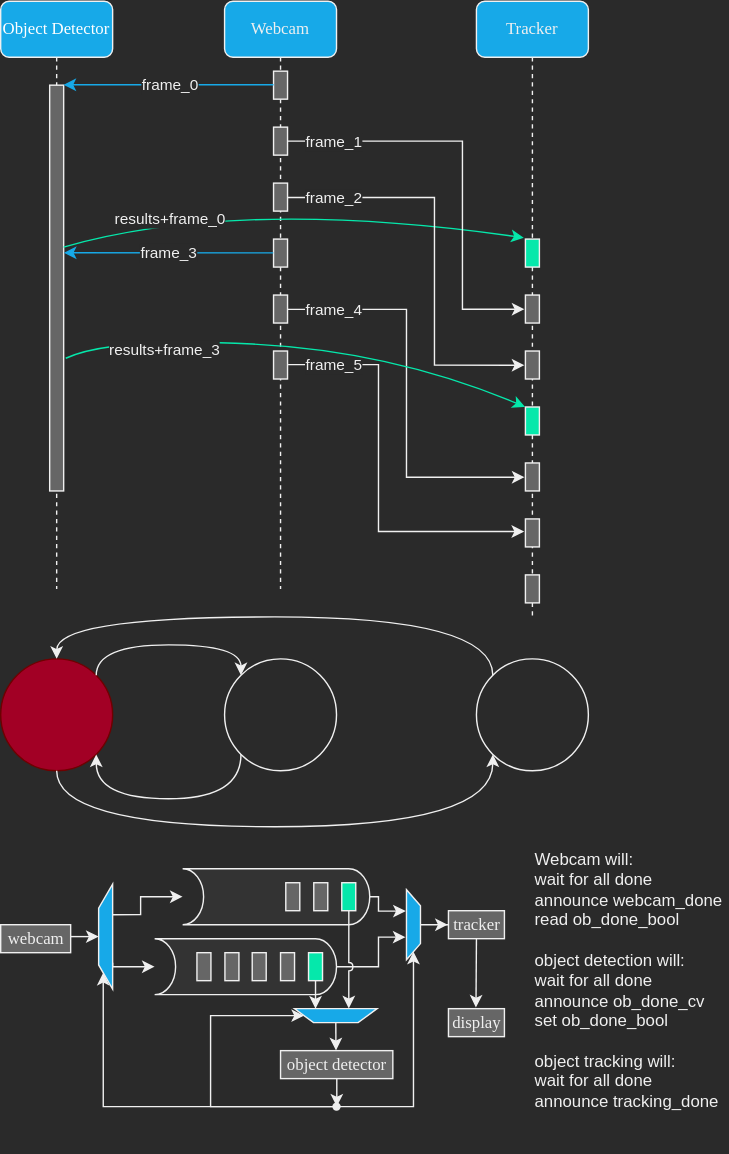
The draw.io diagram hps/doc/thread_architecture.drawio.svg in hakan-demirli/FQ-Control-Center, before a commit. Source tidied: cells renumbered, new cells last; positions are measured from the earlier drawing's top-left corner, leaving out a move shared by most shapes.
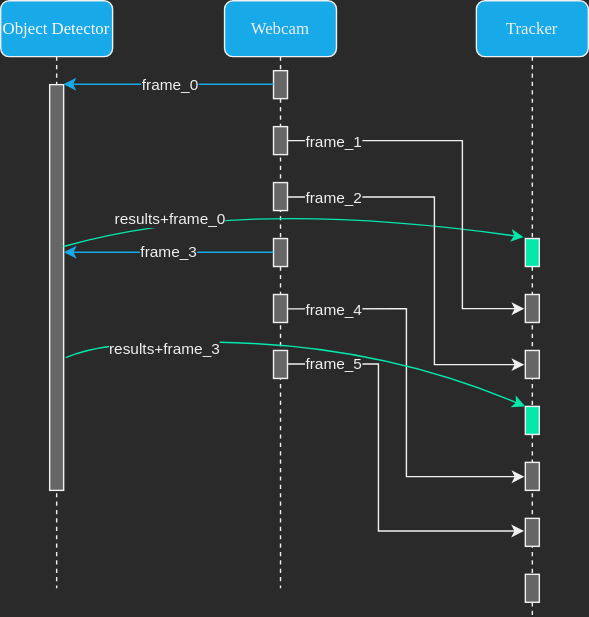
Later version of the same file.

Commit message:
update hps software doc

What changed in the source:
```diff
@@ -2,9 +2,6 @@
   <root>
     <mxCell id="0" />
     <mxCell id="1" parent="0" />
-    <mxCell id="2" style="shape=cylinder3;whiteSpace=wrap;html=1;boundedLbl=1;backgroundOutline=1;size=15;lid=0;rounded=0;fontSize=9;strokeColor=default;fillColor=#333333;direction=north;sketch=0;shadow=0;" parent="1" vertex="1">
-      <mxGeometry x="110" y="670" width="130" height="40" as="geometry" />
-    </mxCell>
     <mxCell id="3" value="Webcam" style="shape=umlLifeline;perimeter=lifelinePerimeter;whiteSpace=wrap;html=1;rounded=1;shadow=0;comic=0;labelBackgroundColor=none;strokeWidth=1;fontFamily=Verdana;fontSize=12;align=center;fillColor=#17A9E8;" parent="1" vertex="1">
       <mxGeometry x="160" width="80" height="420" as="geometry" />
     </mxCell>
@@ -153,190 +150,5 @@
         <mxPoint x="-140" y="-11" as="offset" />
       </mxGeometry>
     </mxCell>
-    <mxCell id="36" style="edgeStyle=orthogonalEdgeStyle;rounded=0;jettySize=auto;html=1;fontSize=9;endArrow=classic;endFill=1;entryX=0.5;entryY=0;entryDx=0;entryDy=0;" parent="1" edge="1" source="37" target="62">
-      <mxGeometry relative="1" as="geometry">
-        <Array as="points">
-          <mxPoint x="20" y="669" />
-        </Array>
-      </mxGeometry>
-    </mxCell>
-    <mxCell id="37" value="webcam" style="html=1;points=[];perimeter=orthogonalPerimeter;rounded=0;shadow=0;comic=0;labelBackgroundColor=none;strokeWidth=1;fontFamily=Verdana;fontSize=12;align=center;fillColor=#666666;" parent="1" vertex="1">
-      <mxGeometry y="660" width="50" height="20" as="geometry" />
-    </mxCell>
-    <mxCell id="38" style="html=1;perimeter=orthogonalPerimeter;rounded=0;shadow=0;comic=0;labelBackgroundColor=none;strokeWidth=1;fontFamily=Verdana;fontSize=12;align=center;fillColor=#666666;" parent="1" vertex="1">
-      <mxGeometry x="140.2" y="680" width="10" height="20" as="geometry" />
-    </mxCell>
-    <mxCell id="39" style="html=1;perimeter=orthogonalPerimeter;rounded=0;shadow=0;comic=0;labelBackgroundColor=none;strokeWidth=1;fontFamily=Verdana;fontSize=12;align=center;fillColor=#666666;" parent="1" vertex="1">
-      <mxGeometry x="160.2" y="680" width="10" height="20" as="geometry" />
-    </mxCell>
-    <mxCell id="40" style="html=1;perimeter=orthogonalPerimeter;rounded=0;shadow=0;comic=0;labelBackgroundColor=none;strokeWidth=1;fontFamily=Verdana;fontSize=12;align=center;fillColor=#666666;" parent="1" vertex="1">
-      <mxGeometry x="179.8" y="680" width="10" height="20" as="geometry" />
-    </mxCell>
-    <mxCell id="41" style="html=1;perimeter=orthogonalPerimeter;rounded=0;shadow=0;comic=0;labelBackgroundColor=none;strokeWidth=1;fontFamily=Verdana;fontSize=12;align=center;fillColor=#666666;" parent="1" vertex="1">
-      <mxGeometry x="200" y="680" width="10" height="20" as="geometry" />
-    </mxCell>
-    <mxCell id="42" style="edgeStyle=orthogonalEdgeStyle;rounded=0;jettySize=auto;html=1;fontSize=9;endArrow=classic;endFill=1;entryX=0.25;entryY=0;entryDx=0;entryDy=0;" parent="1" edge="1" source="43" target="64">
-      <mxGeometry relative="1" as="geometry" />
-    </mxCell>
-    <mxCell id="43" style="html=1;points=[];perimeter=orthogonalPerimeter;rounded=0;shadow=0;comic=0;labelBackgroundColor=none;strokeWidth=1;fontFamily=Verdana;fontSize=12;align=center;fillColor=#05E8AB;" parent="1" vertex="1">
-      <mxGeometry x="220" y="680" width="10" height="20" as="geometry" />
-    </mxCell>
-    <mxCell id="44" style="edgeStyle=orthogonalEdgeStyle;rounded=0;jettySize=auto;html=1;fontSize=9;endArrow=classic;endFill=1;entryX=0;entryY=0.25;entryDx=0;entryDy=0;" parent="1" edge="1" source="65" target="62">
-      <mxGeometry relative="1" as="geometry">
-        <Array as="points">
-          <mxPoint x="73" y="790" />
-          <mxPoint x="73" y="694" />
-        </Array>
-      </mxGeometry>
-    </mxCell>
-    <mxCell id="45" style="edgeStyle=orthogonalEdgeStyle;rounded=0;jettySize=auto;html=1;fontSize=9;endArrow=classic;endFill=1;entryX=0;entryY=0.5;entryDx=0;entryDy=0;" parent="1" edge="1" source="65" target="64">
-      <mxGeometry relative="1" as="geometry">
-        <Array as="points">
-          <mxPoint x="150" y="790" />
-          <mxPoint x="150" y="725" />
-        </Array>
-      </mxGeometry>
-    </mxCell>
-    <mxCell id="46" style="edgeStyle=orthogonalEdgeStyle;rounded=0;jettySize=auto;html=1;fontSize=9;endArrow=classic;endFill=1;entryX=1;entryY=0.5;entryDx=0;entryDy=0;exitX=0.553;exitY=0.551;exitDx=0;exitDy=0;exitPerimeter=0;" parent="1" edge="1" source="65" target="59">
-      <mxGeometry relative="1" as="geometry">
-        <Array as="points">
-          <mxPoint x="295" y="790" />
-        </Array>
-      </mxGeometry>
-    </mxCell>
-    <mxCell id="47" style="edgeStyle=orthogonalEdgeStyle;rounded=0;jumpStyle=arc;jettySize=auto;html=1;fontSize=9;endArrow=classic;endFill=1;" parent="1" edge="1" source="48" target="65">
-      <mxGeometry relative="1" as="geometry" />
-    </mxCell>
-    <mxCell id="48" value="object detector" style="html=1;points=[];perimeter=orthogonalPerimeter;rounded=0;shadow=0;comic=0;labelBackgroundColor=none;strokeWidth=1;fontFamily=Verdana;fontSize=12;align=center;fillColor=#666666;" parent="1" vertex="1">
-      <mxGeometry x="200" y="750" width="80.2" height="20" as="geometry" />
-    </mxCell>
-    <mxCell id="49" style="edgeStyle=orthogonalEdgeStyle;rounded=0;jettySize=auto;html=1;entryX=0.322;entryY=1.069;entryDx=0;entryDy=0;entryPerimeter=0;fontSize=9;endArrow=classic;endFill=1;" parent="1" edge="1" source="2" target="59">
-      <mxGeometry relative="1" as="geometry">
-        <Array as="points">
-          <mxPoint x="270" y="690" />
-          <mxPoint x="270" y="669" />
-        </Array>
-      </mxGeometry>
-    </mxCell>
-    <mxCell id="50" style="edgeStyle=orthogonalEdgeStyle;rounded=0;jettySize=auto;html=1;entryX=0.5;entryY=0;entryDx=0;entryDy=0;entryPerimeter=0;fontSize=9;endArrow=classic;endFill=1;exitX=0.25;exitY=1;exitDx=0;exitDy=0;" parent="1" edge="1" source="62" target="2">
-      <mxGeometry relative="1" as="geometry">
-        <Array as="points">
-          <mxPoint x="80" y="690" />
-        </Array>
-      </mxGeometry>
-    </mxCell>
-    <mxCell id="51" style="edgeStyle=orthogonalEdgeStyle;rounded=0;jettySize=auto;html=1;fontSize=9;endArrow=classic;endFill=1;entryX=0.5;entryY=0;entryDx=0;entryDy=0;entryPerimeter=0;exitX=0.291;exitY=1.015;exitDx=0;exitDy=0;exitPerimeter=0;" parent="1" edge="1" source="62" target="53">
-      <mxGeometry relative="1" as="geometry">
-        <Array as="points">
-          <mxPoint x="100" y="653" />
-          <mxPoint x="100" y="640" />
-        </Array>
-      </mxGeometry>
-    </mxCell>
-    <mxCell id="52" style="edgeStyle=orthogonalEdgeStyle;rounded=0;jettySize=auto;html=1;fontSize=9;endArrow=classic;endFill=1;entryX=0.695;entryY=1.05;entryDx=0;entryDy=0;entryPerimeter=0;exitX=0.5;exitY=1;exitDx=0;exitDy=0;exitPerimeter=0;" parent="1" edge="1" source="53" target="59">
-      <mxGeometry relative="1" as="geometry">
-        <Array as="points">
-          <mxPoint x="270" y="640" />
-          <mxPoint x="270" y="650" />
-        </Array>
-      </mxGeometry>
-    </mxCell>
-    <mxCell id="53" style="shape=cylinder3;whiteSpace=wrap;html=1;boundedLbl=1;backgroundOutline=1;size=15;lid=0;rounded=0;fontSize=9;strokeColor=default;fillColor=#333333;direction=north;sketch=0;shadow=0;" parent="1" vertex="1">
-      <mxGeometry x="130" y="620" width="133.8" height="40" as="geometry" />
-    </mxCell>
-    <mxCell id="54" style="edgeStyle=orthogonalEdgeStyle;rounded=0;jettySize=auto;html=1;fontSize=9;endArrow=classic;endFill=1;entryX=0.657;entryY=1.019;entryDx=0;entryDy=0;entryPerimeter=0;jumpStyle=arc;" parent="1" edge="1" source="55" target="64">
-      <mxGeometry relative="1" as="geometry">
-        <Array as="points">
-          <mxPoint x="249" y="700" />
-          <mxPoint x="249" y="700" />
-          <mxPoint x="249" y="720" />
-        </Array>
-      </mxGeometry>
-    </mxCell>
-    <mxCell id="55" style="html=1;points=[];perimeter=orthogonalPerimeter;rounded=0;shadow=0;comic=0;labelBackgroundColor=none;strokeWidth=1;fontFamily=Verdana;fontSize=12;align=center;fillColor=#05E8AB;" parent="1" vertex="1">
-      <mxGeometry x="243.8" y="630" width="10" height="20" as="geometry" />
-    </mxCell>
-    <mxCell id="56" style="html=1;perimeter=orthogonalPerimeter;rounded=0;shadow=0;comic=0;labelBackgroundColor=none;strokeWidth=1;fontFamily=Verdana;fontSize=12;align=center;fillColor=#666666;" parent="1" vertex="1">
-      <mxGeometry x="223.8" y="630" width="10" height="20" as="geometry" />
-    </mxCell>
-    <mxCell id="57" style="html=1;perimeter=orthogonalPerimeter;rounded=0;shadow=0;comic=0;labelBackgroundColor=none;strokeWidth=1;fontFamily=Verdana;fontSize=12;align=center;fillColor=#666666;" parent="1" vertex="1">
-      <mxGeometry x="203.8" y="630" width="10" height="20" as="geometry" />
-    </mxCell>
-    <mxCell id="58" style="edgeStyle=orthogonalEdgeStyle;rounded=0;jettySize=auto;html=1;entryX=-0.013;entryY=0.499;entryDx=0;entryDy=0;entryPerimeter=0;fontSize=9;endArrow=classic;endFill=1;" parent="1" edge="1" source="59" target="61">
-      <mxGeometry relative="1" as="geometry" />
-    </mxCell>
-    <mxCell id="59" style="verticalLabelPosition=middle;verticalAlign=middle;html=1;shape=trapezoid;perimeter=trapezoidPerimeter;whiteSpace=wrap;size=0.23;arcSize=10;flipV=1;labelPosition=center;align=center;rounded=0;shadow=0;sketch=0;fontSize=9;strokeColor=default;fillColor=#17A9E8;direction=south;" parent="1" vertex="1">
-      <mxGeometry x="290" y="635" width="10" height="50" as="geometry" />
-    </mxCell>
-    <mxCell id="60" style="edgeStyle=orthogonalEdgeStyle;rounded=0;jumpStyle=arc;jettySize=auto;html=1;fontSize=9;endArrow=classic;endFill=1;entryX=0.49;entryY=-0.04;entryDx=0;entryDy=0;entryPerimeter=0;" parent="1" edge="1" source="61" target="66">
-      <mxGeometry relative="1" as="geometry" />
-    </mxCell>
-    <mxCell id="61" value="tracker" style="html=1;points=[];perimeter=orthogonalPerimeter;rounded=0;shadow=0;comic=0;labelBackgroundColor=none;strokeWidth=1;fontFamily=Verdana;fontSize=12;align=center;fillColor=#666666;" parent="1" vertex="1">
-      <mxGeometry x="320" y="650" width="40" height="20" as="geometry" />
-    </mxCell>
-    <mxCell id="62" style="verticalLabelPosition=middle;verticalAlign=middle;html=1;shape=trapezoid;perimeter=trapezoidPerimeter;whiteSpace=wrap;size=0.23;arcSize=10;flipV=1;labelPosition=center;align=center;rounded=0;shadow=0;sketch=0;fontSize=9;strokeColor=default;fillColor=#17A9E8;direction=north;" parent="1" vertex="1">
-      <mxGeometry x="70" y="631" width="10" height="75" as="geometry" />
-    </mxCell>
-    <mxCell id="63" style="edgeStyle=orthogonalEdgeStyle;rounded=0;jumpStyle=arc;jettySize=auto;html=1;entryX=0.494;entryY=-0.009;entryDx=0;entryDy=0;entryPerimeter=0;fontSize=9;endArrow=classic;endFill=1;exitX=0.5;exitY=1;exitDx=0;exitDy=0;" parent="1" edge="1" source="64" target="48">
-      <mxGeometry relative="1" as="geometry">
-        <Array as="points">
-          <mxPoint x="239" y="739" />
-          <mxPoint x="240" y="739" />
-        </Array>
-      </mxGeometry>
-    </mxCell>
-    <mxCell id="64" style="verticalLabelPosition=middle;verticalAlign=middle;html=1;shape=trapezoid;perimeter=trapezoidPerimeter;whiteSpace=wrap;size=0.23;arcSize=10;flipV=1;labelPosition=center;align=center;rounded=0;shadow=0;sketch=0;fontSize=9;strokeColor=default;fillColor=#17A9E8;direction=east;" parent="1" vertex="1">
-      <mxGeometry x="210" y="720" width="59" height="10" as="geometry" />
-    </mxCell>
-    <mxCell id="65" style="shape=waypoint;sketch=0;fillStyle=solid;size=6;points=[];fillColor=none;perimeter=centerPerimeter;snapToPoint=1;rounded=0;shadow=0;fontSize=9;strokeColor=default;" parent="1" vertex="1">
-      <mxGeometry x="220" y="770" width="40" height="40" as="geometry" />
-    </mxCell>
-    <mxCell id="66" value="display" style="html=1;points=[];perimeter=orthogonalPerimeter;rounded=0;shadow=0;comic=0;labelBackgroundColor=none;strokeWidth=1;fontFamily=Verdana;fontSize=12;align=center;fillColor=#666666;" parent="1" vertex="1">
-      <mxGeometry x="320" y="720" width="40" height="20" as="geometry" />
-    </mxCell>
-    <mxCell id="67" style="ellipse;whiteSpace=wrap;html=1;fillColor=none;" parent="1" vertex="1">
-      <mxGeometry x="340" y="470" width="80" height="80" as="geometry" />
-    </mxCell>
-    <mxCell id="68" style="ellipse;whiteSpace=wrap;html=1;fillColor=#a20025;fontColor=#ffffff;strokeColor=#6F0000;" parent="1" vertex="1">
-      <mxGeometry y="470" width="80" height="80" as="geometry" />
-    </mxCell>
-    <mxCell id="69" style="ellipse;whiteSpace=wrap;html=1;fillColor=none;" parent="1" vertex="1">
-      <mxGeometry x="160" y="470" width="80" height="80" as="geometry" />
-    </mxCell>
-    <mxCell id="70" style="edgeStyle=orthogonalEdgeStyle;jettySize=auto;html=1;entryX=0;entryY=0;entryDx=0;entryDy=0;exitX=1;exitY=0;exitDx=0;exitDy=0;curved=1;" parent="1" edge="1" source="68" target="69">
-      <mxGeometry relative="1" as="geometry">
-        <Array as="points">
-          <mxPoint x="68" y="460" />
-          <mxPoint x="172" y="460" />
-        </Array>
-      </mxGeometry>
-    </mxCell>
-    <mxCell id="71" style="edgeStyle=orthogonalEdgeStyle;jettySize=auto;html=1;entryX=0.5;entryY=0;entryDx=0;entryDy=0;curved=1;exitX=0;exitY=0;exitDx=0;exitDy=0;" parent="1" edge="1" source="67" target="68">
-      <mxGeometry relative="1" as="geometry">
-        <Array as="points">
-          <mxPoint x="352" y="440" />
-          <mxPoint x="40" y="440" />
-        </Array>
-      </mxGeometry>
-    </mxCell>
-    <mxCell id="72" style="edgeStyle=orthogonalEdgeStyle;jettySize=auto;html=1;entryX=1;entryY=1;entryDx=0;entryDy=0;exitX=0;exitY=1;exitDx=0;exitDy=0;curved=1;" parent="1" edge="1" source="69" target="68">
-      <mxGeometry relative="1" as="geometry">
-        <Array as="points">
-          <mxPoint x="172" y="570" />
-          <mxPoint x="68" y="570" />
-        </Array>
-      </mxGeometry>
-    </mxCell>
-    <mxCell id="73" style="edgeStyle=orthogonalEdgeStyle;jettySize=auto;html=1;exitX=0.5;exitY=1;exitDx=0;exitDy=0;curved=1;entryX=0;entryY=1;entryDx=0;entryDy=0;" parent="1" edge="1" source="68" target="67">
-      <mxGeometry relative="1" as="geometry">
-        <Array as="points">
-          <mxPoint x="40" y="590" />
-          <mxPoint x="352" y="590" />
-        </Array>
-      </mxGeometry>
-    </mxCell>
-    <mxCell id="74" value="Webcam will:&lt;br&gt;wait for all done&lt;br&gt;announce webcam_done&lt;br&gt;read ob_done_bool&lt;br&gt;&lt;br&gt;object detection will:&lt;br&gt;wait for all done&lt;br&gt;announce ob_done_cv&lt;br&gt;set ob_done_bool&lt;br&gt;&lt;br&gt;object tracking will:&lt;br&gt;wait for all done&lt;br&gt;announce tracking_done&lt;br&gt;&lt;br&gt;&lt;br&gt;" style="text;html=1;strokeColor=none;fillColor=none;align=left;verticalAlign=top;whiteSpace=wrap;rounded=0;" parent="1" vertex="1">
-      <mxGeometry x="380" y="600" width="140" height="200" as="geometry" />
-    </mxCell>
   </root>
 </mxGraphModel>
```
